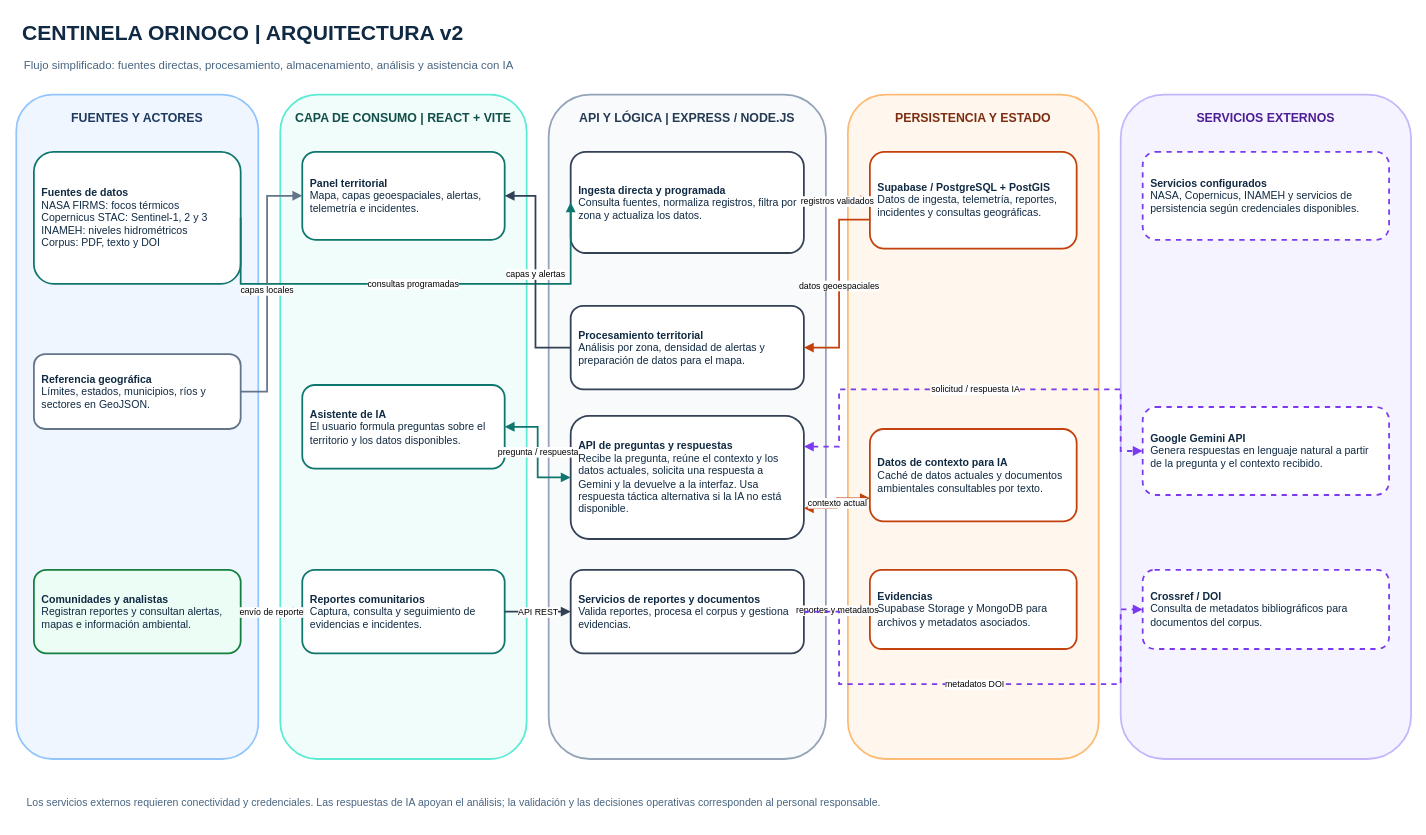
Above: informe/ARQUITECTURA_3_1_CENTINELA_ORINOCO_v2.drawio in juliocanelon/centinela-orinoco-2026 (draw.io), before the change. Source tidied: cells renumbered, new cells numbered last; positions are measured from the earlier drawing's top-left corner, leaving out a move shared by most shapes. Both pictures are drawn from the tidied source at 88%, with x=0, y=0 at pixel (16, 15).
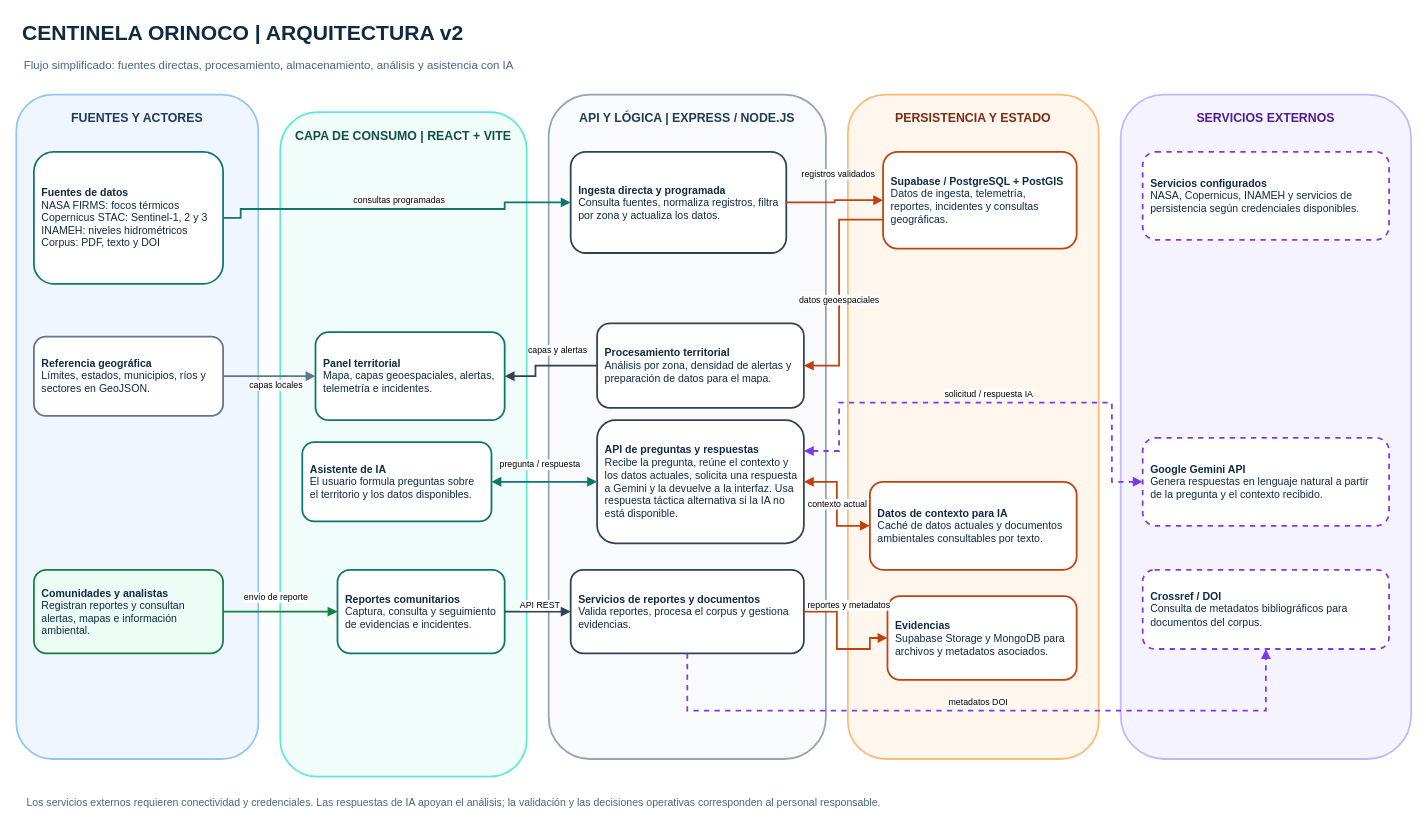
Above is the later version.

The change refers to these unchanged cells:
```xml
<mxCell id="18" value="&lt;b&gt;Servicios de reportes y documentos&lt;/b&gt;&lt;br&gt;Valida reportes, procesa el corpus y gestiona evidencias." style="rounded=1;whiteSpace=wrap;html=1;fillColor=#FFFFFF;strokeColor=#334155;strokeWidth=2;fontColor=#102A43;fontSize=12;align=left;spacing=9;" parent="1" vertex="1">
  <mxGeometry x="630" y="630" width="265" height="95" as="geometry" />
</mxCell>
<mxCell id="24" value="&lt;b&gt;Crossref / DOI&lt;/b&gt;&lt;br&gt;Consulta de metadatos bibliográficos para documentos del corpus." style="rounded=1;whiteSpace=wrap;html=1;fillColor=#FFFFFF;strokeColor=#7C3AED;strokeWidth=2;dashed=1;fontColor=#102A43;fontSize=12;align=left;spacing=9;" parent="1" vertex="1">
  <mxGeometry x="1280" y="630" width="280" height="90" as="geometry" />
</mxCell>
```

Diff of the diagram source:
```diff
@@
     <mxCell id="5" value="CAPA DE CONSUMO | REACT + VITE" style="rounded=1;whiteSpace=wrap;html=1;fillColor=#F0FDFA;strokeColor=#5EEAD4;strokeWidth=2;fontColor=#134E4A;fontSize=14;fontStyle=1;verticalAlign=top;spacingTop=12;" parent="1" vertex="1">
-      <mxGeometry x="300" y="90" width="280" height="755" as="geometry" />
+      <mxGeometry x="300" y="110" width="280" height="755" as="geometry" />
     </mxCell>
@@
     <mxCell id="9" value="&lt;b&gt;Fuentes de datos&lt;/b&gt;&lt;br&gt;NASA FIRMS: focos térmicos&lt;br&gt;Copernicus STAC: Sentinel-1, 2 y 3&lt;br&gt;INAMEH: niveles hidrométricos&lt;br&gt;Corpus: PDF, texto y DOI" style="rounded=1;whiteSpace=wrap;html=1;fillColor=#FFFFFF;strokeColor=#0F766E;strokeWidth=2;fontColor=#102A43;fontSize=12;align=left;spacing=9;" parent="1" vertex="1">
-      <mxGeometry x="20" y="155" width="235" height="150" as="geometry" />
+      <mxGeometry x="20" y="155" width="215" height="150" as="geometry" />
     </mxCell>
     <mxCell id="10" value="&lt;b&gt;Referencia geográfica&lt;/b&gt;&lt;br&gt;Límites, estados, municipios, ríos y sectores en GeoJSON." style="rounded=1;whiteSpace=wrap;html=1;fillColor=#FFFFFF;strokeColor=#64748B;strokeWidth=2;fontColor=#102A43;fontSize=12;align=left;spacing=9;" parent="1" vertex="1">
-      <mxGeometry x="20" y="385" width="235" height="85" as="geometry" />
+      <mxGeometry x="20" y="365" width="215" height="90" as="geometry" />
     </mxCell>
     <mxCell id="11" value="&lt;b&gt;Comunidades y analistas&lt;/b&gt;&lt;br&gt;Registran reportes y consultan alertas, mapas e información ambiental." style="rounded=1;whiteSpace=wrap;html=1;fillColor=#ECFDF5;strokeColor=#15803D;strokeWidth=2;fontColor=#102A43;fontSize=12;align=left;spacing=9;" parent="1" vertex="1">
-      <mxGeometry x="20" y="630" width="235" height="95" as="geometry" />
+      <mxGeometry x="20" y="630" width="215" height="95" as="geometry" />
     </mxCell>
     <mxCell id="12" value="&lt;b&gt;Panel territorial&lt;/b&gt;&lt;br&gt;Mapa, capas geoespaciales, alertas, telemetría e incidentes." style="rounded=1;whiteSpace=wrap;html=1;fillColor=#FFFFFF;strokeColor=#0F766E;strokeWidth=2;fontColor=#102A43;fontSize=12;align=left;spacing=9;" parent="1" vertex="1">
-      <mxGeometry x="325" y="155" width="230" height="100" as="geometry" />
+      <mxGeometry x="340" y="360" width="215" height="100" as="geometry" />
     </mxCell>
     <mxCell id="13" value="&lt;b&gt;Reportes comunitarios&lt;/b&gt;&lt;br&gt;Captura, consulta y seguimiento de evidencias e incidentes." style="rounded=1;whiteSpace=wrap;html=1;fillColor=#FFFFFF;strokeColor=#0F766E;strokeWidth=2;fontColor=#102A43;fontSize=12;align=left;spacing=9;" parent="1" vertex="1">
-      <mxGeometry x="325" y="630" width="230" height="95" as="geometry" />
+      <mxGeometry x="365" y="630" width="190" height="95" as="geometry" />
     </mxCell>
     <mxCell id="14" value="&lt;b&gt;Asistente de IA&lt;/b&gt;&lt;br&gt;El usuario formula preguntas sobre el territorio y los datos disponibles." style="rounded=1;whiteSpace=wrap;html=1;fillColor=#FFFFFF;strokeColor=#0F766E;strokeWidth=2;fontColor=#102A43;fontSize=12;align=left;spacing=9;" parent="1" vertex="1">
-      <mxGeometry x="325" y="420" width="230" height="95" as="geometry" />
+      <mxGeometry x="325" y="485" width="215" height="90" as="geometry" />
     </mxCell>
     <mxCell id="15" value="&lt;b&gt;Ingesta directa y programada&lt;/b&gt;&lt;br&gt;Consulta fuentes, normaliza registros, filtra por zona y actualiza los datos." style="rounded=1;whiteSpace=wrap;html=1;fillColor=#FFFFFF;strokeColor=#334155;strokeWidth=2;fontColor=#102A43;fontSize=12;align=left;spacing=9;" parent="1" vertex="1">
-      <mxGeometry x="630" y="155" width="265" height="115" as="geometry" />
+      <mxGeometry x="630" y="155" width="245" height="115" as="geometry" />
     </mxCell>
     <mxCell id="16" value="&lt;b&gt;Procesamiento territorial&lt;/b&gt;&lt;br&gt;Análisis por zona, densidad de alertas y preparación de datos para el mapa." style="rounded=1;whiteSpace=wrap;html=1;fillColor=#FFFFFF;strokeColor=#334155;strokeWidth=2;fontColor=#102A43;fontSize=12;align=left;spacing=9;" parent="1" vertex="1">
-      <mxGeometry x="630" y="330" width="265" height="95" as="geometry" />
+      <mxGeometry x="660" y="350" width="235" height="96" as="geometry" />
     </mxCell>
     <mxCell id="17" value="&lt;b&gt;API de preguntas y respuestas&lt;/b&gt;&lt;br&gt;Recibe la pregunta, reúne el contexto y los datos actuales, solicita una respuesta a Gemini y la devuelve a la interfaz. Usa respuesta táctica alternativa si la IA no está disponible." style="rounded=1;whiteSpace=wrap;html=1;fillColor=#FFFFFF;strokeColor=#334155;strokeWidth=2;fontColor=#102A43;fontSize=12;align=left;spacing=9;" parent="1" vertex="1">
-      <mxGeometry x="630" y="455" width="265" height="140" as="geometry" />
+      <mxGeometry x="660" y="460" width="235" height="140" as="geometry" />
     </mxCell>
@@
     <mxCell id="19" value="&lt;b&gt;Supabase / PostgreSQL + PostGIS&lt;/b&gt;&lt;br&gt;Datos de ingesta, telemetría, reportes, incidentes y consultas geográficas." style="rounded=1;whiteSpace=wrap;html=1;fillColor=#FFFFFF;strokeColor=#C2410C;strokeWidth=2;fontColor=#102A43;fontSize=12;align=left;spacing=9;" parent="1" vertex="1">
-      <mxGeometry x="970" y="155" width="235" height="110" as="geometry" />
+      <mxGeometry x="985" y="155" width="220" height="110" as="geometry" />
     </mxCell>
     <mxCell id="20" value="&lt;b&gt;Datos de contexto para IA&lt;/b&gt;&lt;br&gt;Caché de datos actuales y documentos ambientales consultables por texto." style="rounded=1;whiteSpace=wrap;html=1;fillColor=#FFFFFF;strokeColor=#C2410C;strokeWidth=2;fontColor=#102A43;fontSize=12;align=left;spacing=9;" parent="1" vertex="1">
-      <mxGeometry x="970" y="470" width="235" height="105" as="geometry" />
+      <mxGeometry x="970" y="530" width="235" height="100" as="geometry" />
     </mxCell>
     <mxCell id="21" value="&lt;b&gt;Evidencias&lt;/b&gt;&lt;br&gt;Supabase Storage y MongoDB para archivos y metadatos asociados." style="rounded=1;whiteSpace=wrap;html=1;fillColor=#FFFFFF;strokeColor=#C2410C;strokeWidth=2;fontColor=#102A43;fontSize=12;align=left;spacing=9;" parent="1" vertex="1">
-      <mxGeometry x="970" y="630" width="235" height="90" as="geometry" />
+      <mxGeometry x="990" y="660" width="215" height="95" as="geometry" />
     </mxCell>
@@
     <mxCell id="23" value="&lt;b&gt;Google Gemini API&lt;/b&gt;&lt;br&gt;Genera respuestas en lenguaje natural a partir de la pregunta y el contexto recibido." style="rounded=1;whiteSpace=wrap;html=1;fillColor=#FFFFFF;strokeColor=#7C3AED;strokeWidth=2;dashed=1;fontColor=#102A43;fontSize=12;align=left;spacing=9;" parent="1" vertex="1">
-      <mxGeometry x="1280" y="445" width="280" height="100" as="geometry" />
+      <mxGeometry x="1280" y="480" width="280" height="100" as="geometry" />
     </mxCell>
@@
     <mxCell id="25" value="consultas programadas" style="edgeStyle=orthogonalEdgeStyle;rounded=0;jettySize=auto;html=1;endArrow=block;endFill=1;strokeColor=#0F766E;strokeWidth=2;fontSize=10;labelBackgroundColor=#FFFFFF;exitX=1;exitY=0.5;entryX=0;entryY=0.5;" parent="1" edge="1" source="9" target="15">
-      <mxGeometry relative="1" as="geometry">
+      <mxGeometry x="0.02" y="10" relative="1" as="geometry">
         <Array as="points">
-          <mxPoint x="285" y="305" />
-          <mxPoint x="595" y="305" />
+          <mxPoint x="255" y="220" />
+          <mxPoint x="555" y="220" />
+          <mxPoint x="555" y="212.5" />
         </Array>
       </mxGeometry>
     </mxCell>
-    <mxCell id="26" value="capas locales" style="edgeStyle=orthogonalEdgeStyle;rounded=0;jettySize=auto;html=1;endArrow=block;endFill=1;strokeColor=#64748B;strokeWidth=2;fontSize=10;labelBackgroundColor=#FFFFFF;exitX=1;exitY=0.5;entryX=0;entryY=0.5;" parent="1" edge="1" source="10" target="12">
-      <mxGeometry relative="1" as="geometry">
-        <Array as="points">
-          <mxPoint x="285" y="427" />
-          <mxPoint x="285" y="205" />
-        </Array>
-      </mxGeometry>
+    <mxCell id="26" value="capas locales" style="edgeStyle=orthogonalEdgeStyle;rounded=0;jettySize=auto;html=1;endArrow=block;endFill=1;strokeColor=#64748B;strokeWidth=2;fontSize=10;labelBackgroundColor=#FFFFFF;exitX=1;exitY=0.5;exitDx=0;exitDy=0;" parent="1" edge="1" source="10" target="12">
+      <mxGeometry x="0.14" y="-10" relative="1" as="geometry" />
     </mxCell>
     <mxCell id="27" value="registros validados" style="edgeStyle=orthogonalEdgeStyle;rounded=0;jettySize=auto;html=1;endArrow=block;endFill=1;strokeColor=#C2410C;strokeWidth=2;fontSize=10;labelBackgroundColor=#FFFFFF;exitX=1;exitY=0.5;entryX=0;entryY=0.5;" parent="1" edge="1" source="15" target="19">
-      <mxGeometry relative="1" as="geometry" />
+      <mxGeometry x="0.1" y="30" relative="1" as="geometry">
+        <mxPoint x="-1" as="offset" />
+      </mxGeometry>
     </mxCell>
-    <mxCell id="28" value="datos geoespaciales" style="edgeStyle=orthogonalEdgeStyle;rounded=0;jettySize=auto;html=1;endArrow=block;endFill=1;strokeColor=#C2410C;strokeWidth=2;fontSize=10;labelBackgroundColor=#FFFFFF;exitX=0;exitY=0.7;entryX=1;entryY=0.5;" parent="1" edge="1" source="19" target="16">
-      <mxGeometry relative="1" as="geometry">
+    <mxCell id="28" value="datos geoespaciales" style="edgeStyle=orthogonalEdgeStyle;rounded=0;jettySize=auto;html=1;endArrow=block;endFill=1;strokeColor=#C2410C;strokeWidth=2;fontSize=10;labelBackgroundColor=#FFFFFF;exitX=0;exitY=0.7;" parent="1" edge="1" source="19" target="16">
+      <mxGeometry x="0.1" relative="1" as="geometry">
         <Array as="points">
           <mxPoint x="935" y="232" />
-          <mxPoint x="935" y="378" />
+          <mxPoint x="935" y="398" />
         </Array>
       </mxGeometry>
     </mxCell>
     <mxCell id="29" value="capas y alertas" style="edgeStyle=orthogonalEdgeStyle;rounded=0;jettySize=auto;html=1;endArrow=block;endFill=1;strokeColor=#334155;strokeWidth=2;fontSize=10;labelBackgroundColor=#FFFFFF;exitX=0;exitY=0.5;entryX=1;entryY=0.5;" parent="1" edge="1" source="16" target="12">
-      <mxGeometry relative="1" as="geometry">
+      <mxGeometry x="-0.23" y="-18" relative="1" as="geometry">
         <Array as="points">
-          <mxPoint x="590" y="378" />
-          <mxPoint x="590" y="205" />
+          <mxPoint x="590" y="410" />
         </Array>
       </mxGeometry>
     </mxCell>
     <mxCell id="30" value="envío de reporte" style="edgeStyle=orthogonalEdgeStyle;rounded=0;jettySize=auto;html=1;endArrow=block;endFill=1;strokeColor=#15803D;strokeWidth=2;fontSize=10;labelBackgroundColor=#FFFFFF;exitX=1;exitY=0.5;entryX=0;entryY=0.5;" parent="1" edge="1" source="11" target="13">
-      <mxGeometry relative="1" as="geometry" />
+      <mxGeometry x="-0.08" y="18" relative="1" as="geometry">
+        <mxPoint y="1" as="offset" />
+      </mxGeometry>
     </mxCell>
     <mxCell id="31" value="API REST" style="edgeStyle=orthogonalEdgeStyle;rounded=0;jettySize=auto;html=1;endArrow=block;endFill=1;strokeColor=#334155;strokeWidth=2;fontSize=10;labelBackgroundColor=#FFFFFF;exitX=1;exitY=0.5;entryX=0;entryY=0.5;" parent="1" edge="1" source="13" target="18">
-      <mxGeometry relative="1" as="geometry" />
+      <mxGeometry x="0.07" y="8" relative="1" as="geometry" />
     </mxCell>
     <mxCell id="32" value="reportes y metadatos" style="edgeStyle=orthogonalEdgeStyle;rounded=0;jettySize=auto;html=1;endArrow=block;endFill=1;strokeColor=#C2410C;strokeWidth=2;fontSize=10;labelBackgroundColor=#FFFFFF;exitX=1;exitY=0.5;entryX=0;entryY=0.5;" parent="1" edge="1" source="18" target="21">
-      <mxGeometry relative="1" as="geometry" />
+      <mxGeometry x="-0.5" y="15" relative="1" as="geometry">
+        <Array as="points">
+          <mxPoint x="932.5" y="677.5" />
+          <mxPoint x="932.5" y="720" />
+          <mxPoint x="970" y="720" />
+        </Array>
+        <mxPoint x="-2" y="-8" as="offset" />
+      </mxGeometry>
     </mxCell>
-    <mxCell id="33" value="metadatos DOI" style="edgeStyle=orthogonalEdgeStyle;rounded=0;jettySize=auto;html=1;endArrow=block;endFill=1;strokeColor=#7C3AED;strokeWidth=2;dashed=1;fontSize=10;labelBackgroundColor=#FFFFFF;exitX=1;exitY=0.5;entryX=0;entryY=0.5;" parent="1" edge="1" source="18" target="24">
-      <mxGeometry relative="1" as="geometry">
+    <mxCell id="33" value="metadatos DOI" style="edgeStyle=orthogonalEdgeStyle;rounded=0;jettySize=auto;html=1;endArrow=block;endFill=1;strokeColor=#7C3AED;strokeWidth=2;dashed=1;fontSize=10;labelBackgroundColor=#FFFFFF;exitX=0.5;exitY=1;entryX=0.5;entryY=1;" parent="1" edge="1" source="18" target="24">
+      <mxGeometry y="10" relative="1" as="geometry">
         <Array as="points">
-          <mxPoint x="935" y="677" />
-          <mxPoint x="935" y="760" />
-          <mxPoint x="1255" y="760" />
-          <mxPoint x="1255" y="675" />
+          <mxPoint x="762.5" y="790" />
+          <mxPoint x="1420" y="790" />
         </Array>
+        <mxPoint x="-1" as="offset" />
       </mxGeometry>
     </mxCell>
     <mxCell id="34" value="pregunta / respuesta" style="edgeStyle=orthogonalEdgeStyle;rounded=0;jettySize=auto;html=1;startArrow=block;startFill=1;endArrow=block;endFill=1;strokeColor=#0F766E;strokeWidth=2;fontSize=10;labelBackgroundColor=#FFFFFF;exitX=1;exitY=0.5;entryX=0;entryY=0.5;" parent="1" edge="1" source="14" target="17">
-      <mxGeometry relative="1" as="geometry" />
+      <mxGeometry x="-0.08" y="20" relative="1" as="geometry" />
     </mxCell>
-    <mxCell id="35" value="contexto actual" style="edgeStyle=orthogonalEdgeStyle;rounded=0;jettySize=auto;html=1;startArrow=block;startFill=1;endArrow=block;endFill=1;strokeColor=#C2410C;strokeWidth=2;fontSize=10;labelBackgroundColor=#FFFFFF;exitX=0;exitY=0.75;entryX=1;entryY=0.75;" parent="1" edge="1" source="20" target="17">
+    <mxCell id="35" value="contexto actual" style="edgeStyle=orthogonalEdgeStyle;rounded=0;jettySize=auto;html=1;startArrow=block;startFill=1;endArrow=block;endFill=1;strokeColor=#C2410C;strokeWidth=2;fontSize=10;labelBackgroundColor=#FFFFFF;exitX=0;exitY=0.5;entryX=1;entryY=0.5;" parent="1" edge="1" source="20" target="17">
       <mxGeometry relative="1" as="geometry" />
     </mxCell>
     <mxCell id="36" value="solicitud / respuesta IA" style="edgeStyle=orthogonalEdgeStyle;rounded=0;jettySize=auto;html=1;startArrow=block;startFill=1;endArrow=block;endFill=1;strokeColor=#7C3AED;strokeWidth=2;dashed=1;fontSize=10;labelBackgroundColor=#FFFFFF;exitX=1;exitY=0.25;entryX=0;entryY=0.5;" parent="1" edge="1" source="17" target="23">
-      <mxGeometry relative="1" as="geometry">
+      <mxGeometry y="10" relative="1" as="geometry">
         <Array as="points">
-          <mxPoint x="935" y="490" />
-          <mxPoint x="935" y="425" />
-          <mxPoint x="1255" y="425" />
-          <mxPoint x="1255" y="495" />
+          <mxPoint x="935" y="495" />
+          <mxPoint x="935" y="440" />
+          <mxPoint x="1245" y="440" />
+          <mxPoint x="1245" y="530" />
         </Array>
       </mxGeometry>
     </mxCell>
```
